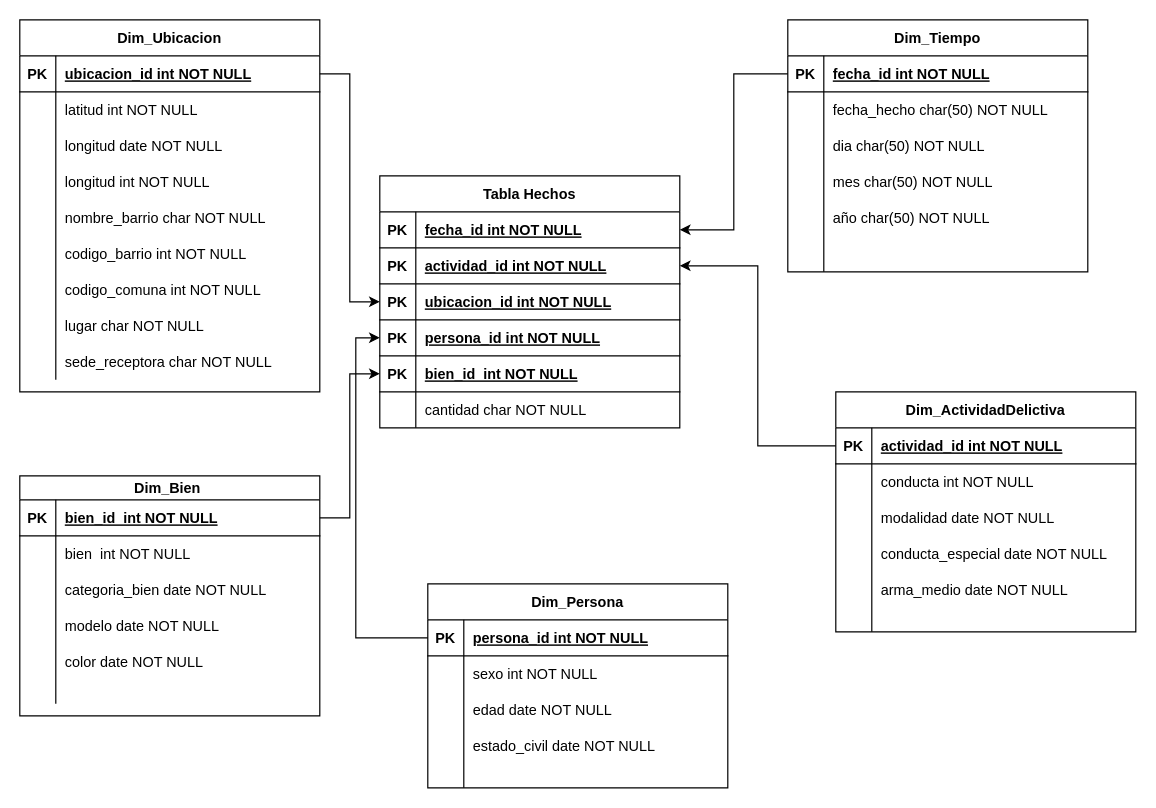
Earlier version of the draw.io diagram Diagrama sin título.drawio (JonhNino/Book-s). Source tidied: cells renumbered, new cells numbered last; positions are measured from the earlier drawing's top-left corner, leaving out a move shared by most shapes. Both pictures are drawn from the tidied source at 120%, with x=0, y=0 at pixel (19, 19).
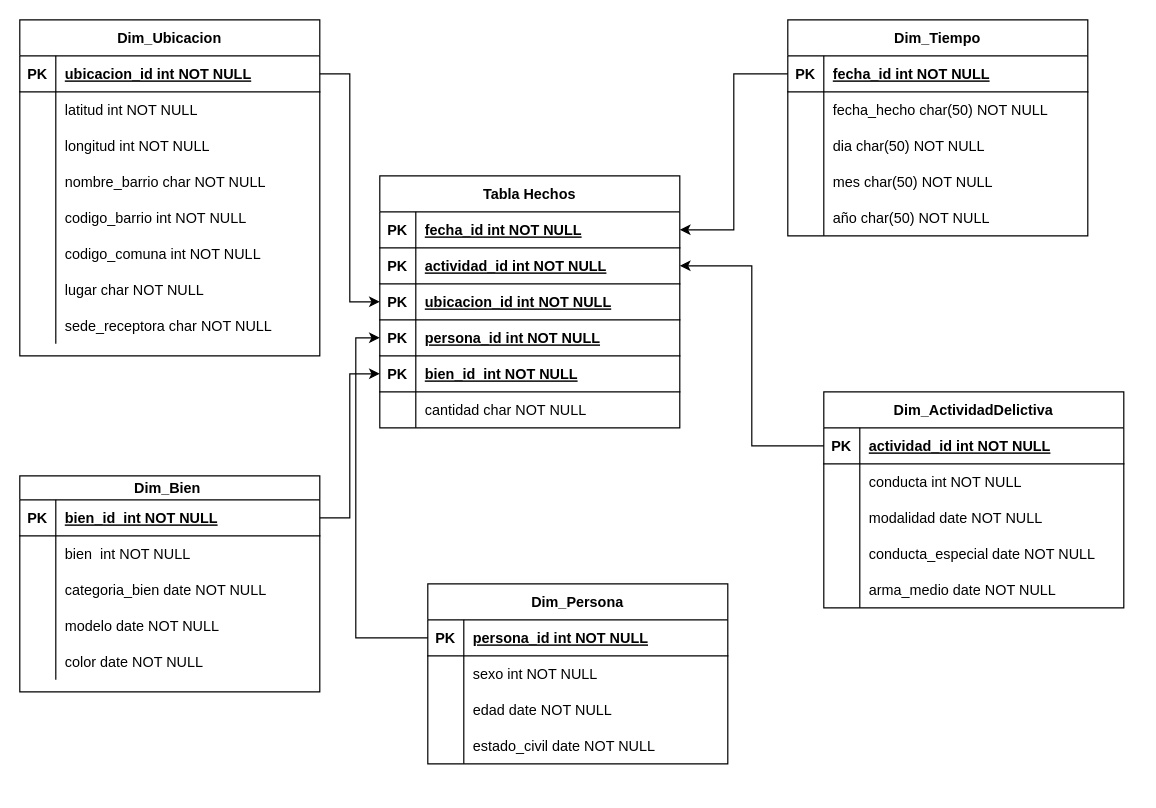
Above is the later version.

What changed in the source:
```diff
@@
     <mxCell id="2" value="Dim_Ubicacion" style="shape=table;startSize=30;childLayout=tableLayout;rowLines=0;fontStyle=1;align=center;" parent="1" vertex="1">
-      <mxGeometry width="250" height="310" as="geometry" />
+      <mxGeometry width="250" height="280" as="geometry" />
     </mxCell>
@@
-    <mxCell id="9" style="shape=partialRectangle;fillColor=none;top=0;left=0;right=0;bottom=0;" parent="2" vertex="1">
-      <mxGeometry y="90" width="250" height="30" as="geometry" />
-    </mxCell>
-    <mxCell id="10" style="shape=partialRectangle;overflow=hidden;fillColor=none;top=0;left=0;bottom=0;right=0;" parent="9" vertex="1">
-      <mxGeometry width="30" height="30" as="geometry" />
-    </mxCell>
-    <mxCell id="11" value="longitud date NOT NULL" style="shape=partialRectangle;overflow=hidden;fillColor=none;top=0;left=0;bottom=0;right=0;align=left;spacingLeft=6;" parent="9" vertex="1">
-      <mxGeometry x="30" width="220" height="30" as="geometry" />
-    </mxCell>
     <mxCell id="12" style="shape=partialRectangle;fillColor=none;top=0;left=0;right=0;bottom=0;" parent="2" vertex="1">
-      <mxGeometry y="120" width="250" height="30" as="geometry" />
+      <mxGeometry y="90" width="250" height="30" as="geometry" />
     </mxCell>
@@
     <mxCell id="15" style="shape=partialRectangle;fillColor=none;top=0;left=0;right=0;bottom=0;" parent="2" vertex="1">
-      <mxGeometry y="150" width="250" height="30" as="geometry" />
+      <mxGeometry y="120" width="250" height="30" as="geometry" />
     </mxCell>
@@
     <mxCell id="18" style="shape=partialRectangle;fillColor=none;top=0;left=0;right=0;bottom=0;" parent="2" vertex="1">
-      <mxGeometry y="180" width="250" height="30" as="geometry" />
+      <mxGeometry y="150" width="250" height="30" as="geometry" />
     </mxCell>
@@
     <mxCell id="21" style="shape=partialRectangle;fillColor=none;top=0;left=0;right=0;bottom=0;" parent="2" vertex="1">
-      <mxGeometry y="210" width="250" height="30" as="geometry" />
+      <mxGeometry y="180" width="250" height="30" as="geometry" />
     </mxCell>
@@
     <mxCell id="24" style="shape=partialRectangle;fillColor=none;top=0;left=0;right=0;bottom=0;" parent="2" vertex="1">
-      <mxGeometry y="240" width="250" height="30" as="geometry" />
+      <mxGeometry y="210" width="250" height="30" as="geometry" />
     </mxCell>
@@
     <mxCell id="27" style="shape=partialRectangle;fillColor=none;top=0;left=0;right=0;bottom=0;" parent="2" vertex="1">
-      <mxGeometry y="270" width="250" height="30" as="geometry" />
+      <mxGeometry y="240" width="250" height="30" as="geometry" />
     </mxCell>
@@
     <mxCell id="30" value="Dim_ActividadDelictiva" style="shape=table;startSize=30;childLayout=tableLayout;rowLines=0;fontStyle=1;align=center;" parent="1" vertex="1">
-      <mxGeometry x="680" y="310" width="250" height="200" as="geometry" />
+      <mxGeometry x="670" y="310" width="250" height="180" as="geometry" />
     </mxCell>
@@
-    <mxCell id="46" style="shape=partialRectangle;fillColor=none;top=0;left=0;right=0;bottom=0;" parent="30" vertex="1">
-      <mxGeometry y="180" width="250" height="20" as="geometry" />
-    </mxCell>
-    <mxCell id="47" style="shape=partialRectangle;overflow=hidden;fillColor=none;top=0;left=0;bottom=0;right=0;" parent="46" vertex="1">
-      <mxGeometry width="30" height="20" as="geometry" />
-    </mxCell>
-    <mxCell id="48" style="shape=partialRectangle;overflow=hidden;fillColor=none;top=0;left=0;bottom=0;right=0;align=left;spacingLeft=6;" parent="46" vertex="1">
-      <mxGeometry x="30" width="220" height="20" as="geometry" />
-    </mxCell>
     <mxCell id="49" value="Dim_Tiempo" style="shape=table;startSize=30;childLayout=tableLayout;rowLines=0;fontStyle=1;align=center;" parent="1" vertex="1">
-      <mxGeometry x="640" width="250" height="210" as="geometry" />
+      <mxGeometry x="640" width="250" height="180" as="geometry" />
     </mxCell>
@@
-    <mxCell id="65" style="shape=partialRectangle;fillColor=none;top=0;left=0;right=0;bottom=0;" parent="49" vertex="1">
-      <mxGeometry y="180" width="250" height="30" as="geometry" />
-    </mxCell>
-    <mxCell id="66" style="shape=partialRectangle;overflow=hidden;fillColor=none;top=0;left=0;bottom=0;right=0;" parent="65" vertex="1">
-      <mxGeometry width="30" height="30" as="geometry" />
-    </mxCell>
-    <mxCell id="67" style="shape=partialRectangle;overflow=hidden;fillColor=none;top=0;left=0;bottom=0;right=0;align=left;spacingLeft=6;" parent="65" vertex="1">
-      <mxGeometry x="30" width="220" height="30" as="geometry" />
-    </mxCell>
     <mxCell id="68" value="Dim_Persona" style="shape=table;startSize=30;childLayout=tableLayout;rowLines=0;fontStyle=1;align=center;" parent="1" vertex="1">
-      <mxGeometry x="340" y="470" width="250" height="170" as="geometry" />
+      <mxGeometry x="340" y="470" width="250" height="150" as="geometry" />
     </mxCell>
@@
-    <mxCell id="81" style="shape=partialRectangle;fillColor=none;top=0;left=0;right=0;bottom=0;" parent="68" vertex="1">
-      <mxGeometry y="150" width="250" height="20" as="geometry" />
-    </mxCell>
-    <mxCell id="82" style="shape=partialRectangle;overflow=hidden;fillColor=none;top=0;left=0;bottom=0;right=0;" parent="81" vertex="1">
-      <mxGeometry width="30" height="20" as="geometry" />
-    </mxCell>
-    <mxCell id="83" style="shape=partialRectangle;overflow=hidden;fillColor=none;top=0;left=0;bottom=0;right=0;align=left;spacingLeft=6;" parent="81" vertex="1">
-      <mxGeometry x="30" width="220" height="20" as="geometry" />
-    </mxCell>
     <mxCell id="84" value="Dim_Bien " style="shape=table;startSize=20;childLayout=tableLayout;rowLines=0;fontStyle=1;align=center;" parent="1" vertex="1">
-      <mxGeometry y="380" width="250" height="200" as="geometry" />
+      <mxGeometry y="380" width="250" height="180" as="geometry" />
     </mxCell>
@@
-    <mxCell id="100" style="shape=partialRectangle;fillColor=none;top=0;left=0;right=0;bottom=0;" parent="84" vertex="1">
-      <mxGeometry y="170" width="250" height="20" as="geometry" />
-    </mxCell>
-    <mxCell id="101" style="shape=partialRectangle;overflow=hidden;fillColor=none;top=0;left=0;bottom=0;right=0;" parent="100" vertex="1">
-      <mxGeometry width="30" height="20" as="geometry" />
-    </mxCell>
-    <mxCell id="102" style="shape=partialRectangle;overflow=hidden;fillColor=none;top=0;left=0;bottom=0;right=0;align=left;spacingLeft=6;" parent="100" vertex="1">
-      <mxGeometry x="30" width="220" height="20" as="geometry" />
-    </mxCell>
```
